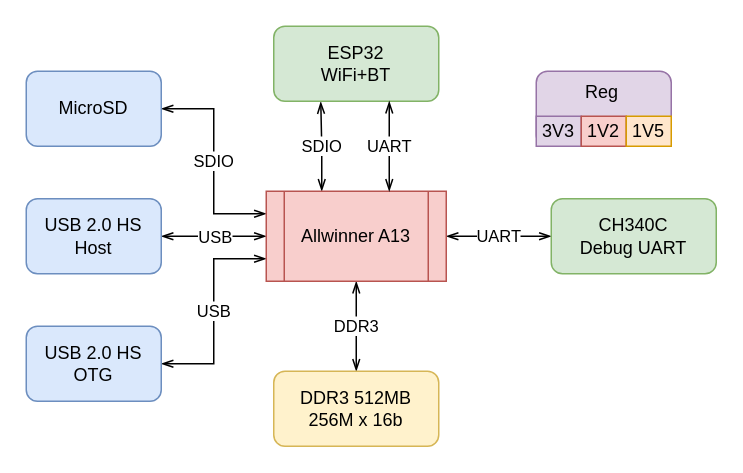
The draw.io diagram yasbc.drawio in excsniper/yasbc, before the edit. Source tidied: cells renumbered, new cells numbered last; positions are measured from the earlier drawing's top-left corner, leaving out a move shared by most shapes. Both pictures are drawn from the tidied source at 150%, with x=0, y=0 at pixel (26, 26).
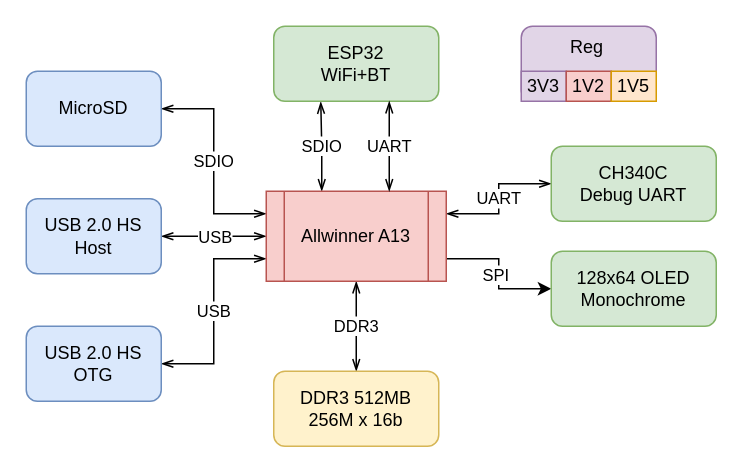
The same page after the edit.

Commit message:
Added OLED to block diagram

Unchanged cells that the change refers to:
```xml
<mxCell id="8" value="Allwinner A13" style="shape=process;whiteSpace=wrap;html=1;backgroundOutline=1;fillColor=#f8cecc;strokeColor=#b85450;" parent="1" vertex="1">
  <mxGeometry x="160" y="110" width="120" height="60" as="geometry" />
</mxCell>
```

Diff of the diagram source:
```diff
@@
-    <mxCell id="4" value="UART" style="edgeStyle=orthogonalEdgeStyle;rounded=0;jettySize=auto;html=1;exitX=1;exitY=0.5;exitDx=0;exitDy=0;entryX=0;entryY=0.5;entryDx=0;entryDy=0;startArrow=openThin;startFill=0;endArrow=openThin;endFill=0;" parent="1" edge="1" source="8" target="11">
+    <mxCell id="4" value="UART" style="edgeStyle=orthogonalEdgeStyle;rounded=0;jettySize=auto;html=1;exitX=1;exitY=0.25;exitDx=0;exitDy=0;entryX=0;entryY=0.5;entryDx=0;entryDy=0;startArrow=openThin;startFill=0;endArrow=openThin;endFill=0;" parent="1" edge="1" source="8" target="11">
       <mxGeometry relative="1" as="geometry" />
     </mxCell>
@@
+    <mxCell id="21" style="edgeStyle=orthogonalEdgeStyle;rounded=0;jettySize=auto;html=1;exitX=1;exitY=0.75;exitDx=0;exitDy=0;entryX=0;entryY=0.5;entryDx=0;entryDy=0;startArrow=none;startFill=0;" parent="1" edge="1" source="8" target="23">
+      <mxGeometry relative="1" as="geometry" />
+    </mxCell>
+    <mxCell id="22" value="SPI" style="edgeLabel;html=1;align=center;verticalAlign=middle;fontFamily=Helvetica;spacing=2;" parent="21" vertex="1">
+      <mxGeometry x="0.52" y="-1" relative="1" as="geometry">
+        <mxPoint x="-16" y="-11" as="offset" />
+      </mxGeometry>
+    </mxCell>
@@
     <mxCell id="11" value="&lt;div&gt;CH340C&lt;/div&gt;&lt;div&gt;Debug UART&lt;br&gt;&lt;/div&gt;" style="rounded=1;whiteSpace=wrap;html=1;fillColor=#d5e8d4;strokeColor=#82b366;" parent="1" vertex="1">
-      <mxGeometry x="350" y="115" width="110" height="50" as="geometry" />
+      <mxGeometry x="350" y="80" width="110" height="50" as="geometry" />
     </mxCell>
@@
     <mxCell id="15" style="rounded=1;whiteSpace=wrap;html=1;fillColor=#e1d5e7;strokeColor=#9673a6;" parent="1" vertex="1">
-      <mxGeometry x="340" y="30" width="90" height="50" as="geometry" />
+      <mxGeometry x="330" width="90" height="50" as="geometry" />
     </mxCell>
     <mxCell id="16" value="3V3" style="rounded=0;whiteSpace=wrap;html=1;fillColor=#e1d5e7;strokeColor=#9673a6;" parent="1" vertex="1">
-      <mxGeometry x="340" y="60" width="30" height="20" as="geometry" />
+      <mxGeometry x="330" y="30" width="30" height="20" as="geometry" />
     </mxCell>
     <mxCell id="17" value="1V2" style="rounded=0;whiteSpace=wrap;html=1;fillColor=#f8cecc;strokeColor=#b85450;" parent="1" vertex="1">
-      <mxGeometry x="370" y="60" width="30" height="20" as="geometry" />
+      <mxGeometry x="360" y="30" width="30" height="20" as="geometry" />
     </mxCell>
     <mxCell id="18" value="1V5" style="rounded=0;whiteSpace=wrap;html=1;fillColor=#ffe6cc;strokeColor=#d79b00;" parent="1" vertex="1">
-      <mxGeometry x="400" y="60" width="30" height="20" as="geometry" />
+      <mxGeometry x="390" y="30" width="30" height="20" as="geometry" />
     </mxCell>
     <mxCell id="19" value="Reg" style="text;html=1;strokeColor=none;fillColor=none;align=center;verticalAlign=middle;whiteSpace=wrap;rounded=0;" parent="1" vertex="1">
-      <mxGeometry x="364" y="34" width="40" height="20" as="geometry" />
+      <mxGeometry x="354" y="4" width="40" height="20" as="geometry" />
     </mxCell>
@@
+    <mxCell id="23" value="&lt;div&gt;128x64 OLED&lt;/div&gt;&lt;div&gt;Monochrome&lt;br&gt;&lt;/div&gt;" style="rounded=1;whiteSpace=wrap;html=1;fillColor=#d5e8d4;strokeColor=#82b366;" parent="1" vertex="1">
+      <mxGeometry x="350" y="150" width="110" height="50" as="geometry" />
+    </mxCell>
```
